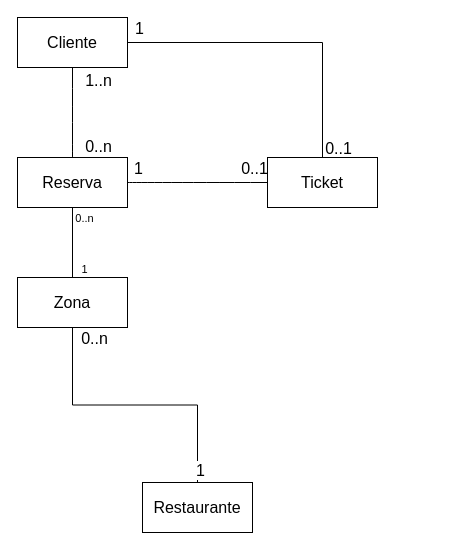
Above: page "ClassMVP" (2 of 5) of models/tempus-UML.drawio in Lopez10/tempus-backend (draw.io), before the change. Source tidied: cells renumbered, new cells numbered last; positions are measured from the earlier drawing's top-left corner, leaving out a move shared by most shapes. Both pictures are drawn from the tidied source at 100%, with x=0, y=0 at pixel (17, 17).
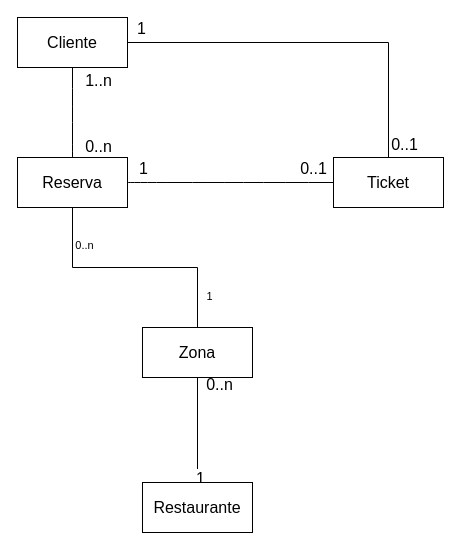
The same page after the edit.

The change refers to these unchanged cells:
```xml
<mxCell id="8" value="Reserva" style="html=1;whiteSpace=wrap;fontSize=16;" parent="1" vertex="1">
  <mxGeometry y="140" width="110" height="50" as="geometry" />
</mxCell>
```

The edit, as a diff of the source:
```diff
@@
-    <mxCell id="17" style="edgeStyle=none;html=1;exitX=0.5;exitY=0;exitDx=0;exitDy=0;entryX=0.5;entryY=1;entryDx=0;entryDy=0;endArrow=none;endFill=0;" parent="1" edge="1" source="20" target="8">
+    <mxCell id="17" style="edgeStyle=orthogonalEdgeStyle;html=1;exitX=0.5;exitY=0;exitDx=0;exitDy=0;entryX=0.5;entryY=1;entryDx=0;entryDy=0;endArrow=none;endFill=0;rounded=0;" parent="1" edge="1" source="20" target="8">
       <mxGeometry relative="1" as="geometry" />
     </mxCell>
@@
     <mxCell id="20" value="Zona" style="html=1;whiteSpace=wrap;fontSize=16;" parent="1" vertex="1">
-      <mxGeometry y="260" width="110" height="50" as="geometry" />
+      <mxGeometry x="125" y="310" width="110" height="50" as="geometry" />
     </mxCell>
     <mxCell id="21" value="Ticket" style="html=1;whiteSpace=wrap;fontSize=16;" parent="1" vertex="1">
-      <mxGeometry x="250" y="140" width="110" height="50" as="geometry" />
+      <mxGeometry x="316" y="140" width="110" height="50" as="geometry" />
     </mxCell>
```
